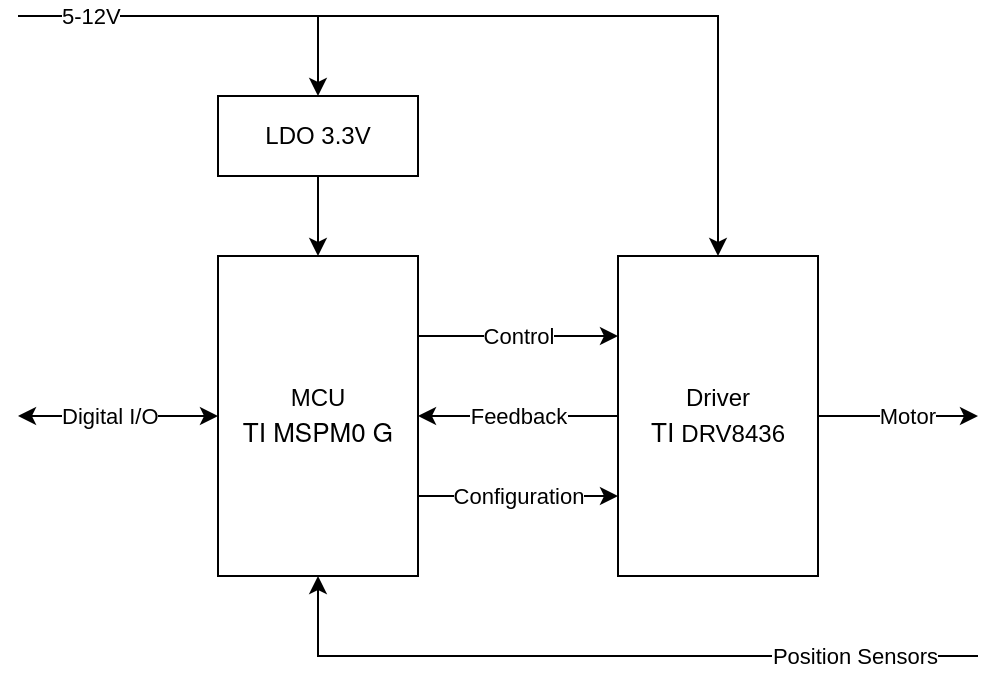
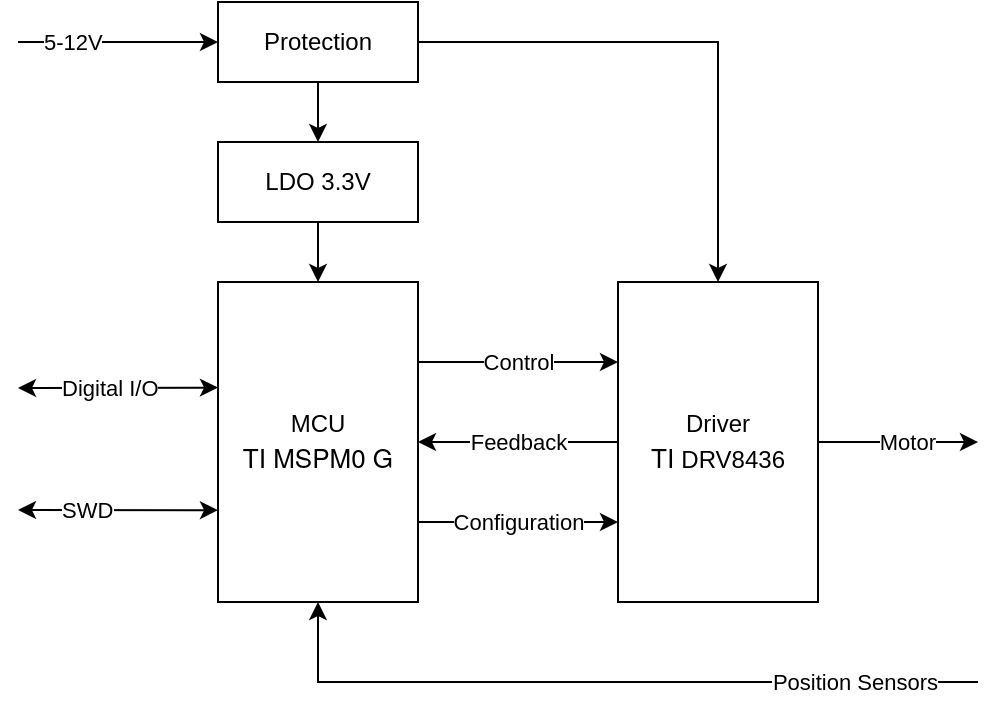
<mxfile host="app.diagrams.net">
  <diagram name="Idea" id="n1vsTGu7CvQHKFEDs-d6">
    <mxGraphModel dx="1006" dy="691" grid="1" gridSize="10" guides="1" tooltips="1" connect="1" arrows="1" fold="1" page="1" pageScale="1" pageWidth="850" pageHeight="1100" math="0" shadow="0">
      <root>
        <mxCell id="0" />
        <mxCell id="1" parent="0" />
-         <mxCell id="CTaRfyS9-dPQtJQNl0pi-1" parent="1" style="rounded=0;whiteSpace=wrap;html=1;" value="MCU&lt;div&gt;&lt;p style=&quot;margin: 0px; font-style: normal; font-variant-caps: normal; font-width: normal; font-size: 13px; line-height: normal; font-family: &amp;quot;Helvetica Neue&amp;quot;; font-size-adjust: none; font-kerning: auto; font-variant-alternates: normal; font-variant-ligatures: normal; font-variant-numeric: normal; font-variant-east-asian: normal; font-variant-position: normal; font-variant-emoji: normal; font-feature-settings: normal; font-optical-sizing: auto; font-variation-settings: normal;&quot;&gt;TI MSPM0 G&lt;/p&gt;&lt;/div&gt;" vertex="1">
-           <mxGeometry height="160" width="100" x="140" y="160" as="geometry" />
+         <mxCell id="CTaRfyS9-dPQtJQNl0pi-1" parent="1" style="rounded=0;whiteSpace=wrap;html=1;points=[[0,0,0,0,0],[0,0.33,0,0,0],[0,0.67,0,0,0],[0,1,0,0,0],[0.25,0,0,0,0],[0.25,1,0,0,0],[0.5,0,0,0,0],[0.5,1,0,0,0],[0.75,0,0,0,0],[0.75,1,0,0,0],[1,0,0,0,0],[1,0.25,0,0,0],[1,0.5,0,0,0],[1,0.75,0,0,0],[1,1,0,0,0]];" value="MCU&lt;div&gt;&lt;p style=&quot;margin: 0px; font-style: normal; font-variant-caps: normal; font-width: normal; font-size: 13px; line-height: normal; font-family: &amp;quot;Helvetica Neue&amp;quot;; font-size-adjust: none; font-kerning: auto; font-variant-alternates: normal; font-variant-ligatures: normal; font-variant-numeric: normal; font-variant-east-asian: normal; font-variant-position: normal; font-variant-emoji: normal; font-feature-settings: normal; font-optical-sizing: auto; font-variation-settings: normal;&quot;&gt;TI MSPM0 G&lt;/p&gt;&lt;/div&gt;" vertex="1">
+           <mxGeometry height="160" width="100" x="140" y="180" as="geometry" />
        </mxCell>
        <mxCell id="CTaRfyS9-dPQtJQNl0pi-2" parent="1" style="rounded=0;whiteSpace=wrap;html=1;" value="&lt;div&gt;&lt;p style=&quot;margin: 0px; font-style: normal; font-variant-caps: normal; font-width: normal; line-height: normal; font-size-adjust: none; font-kerning: auto; font-variant-alternates: normal; font-variant-ligatures: normal; font-variant-numeric: normal; font-variant-east-asian: normal; font-variant-position: normal; font-feature-settings: normal; font-optical-sizing: auto; font-variation-settings: normal;&quot;&gt;Driver&lt;/p&gt;&lt;p style=&quot;margin: 0px; font-style: normal; font-variant-caps: normal; font-width: normal; line-height: normal; font-size-adjust: none; font-kerning: auto; font-variant-alternates: normal; font-variant-ligatures: normal; font-variant-numeric: normal; font-variant-east-asian: normal; font-variant-position: normal; font-feature-settings: normal; font-optical-sizing: auto; font-variation-settings: normal;&quot;&gt;&lt;span style=&quot;font-family: &amp;quot;Helvetica Neue&amp;quot;; font-size: 13px;&quot;&gt;TI&amp;nbsp;&lt;/span&gt;DRV8436&lt;/p&gt;&lt;/div&gt;" vertex="1">
-           <mxGeometry height="160" width="100" x="340" y="160" as="geometry" />
+           <mxGeometry height="160" width="100" x="340" y="180" as="geometry" />
        </mxCell>
        <mxCell id="CTaRfyS9-dPQtJQNl0pi-4" edge="1" parent="1" source="CTaRfyS9-dPQtJQNl0pi-2" style="endArrow=classic;html=1;rounded=0;exitX=1;exitY=0.5;exitDx=0;exitDy=0;align=right;" value="Motor">
          <mxGeometry height="50" relative="1" width="50" x="0.5" as="geometry">
            <mxPoint as="offset" />
-             <mxPoint x="460" y="450" as="sourcePoint" />
-             <mxPoint x="520" y="240" as="targetPoint" />
+             <mxPoint x="460" y="470" as="sourcePoint" />
+             <mxPoint x="520" y="260" as="targetPoint" />
          </mxGeometry>
        </mxCell>
        <mxCell id="CTaRfyS9-dPQtJQNl0pi-7" edge="1" parent="1" source="CTaRfyS9-dPQtJQNl0pi-1" style="endArrow=classic;html=1;rounded=0;exitX=1;exitY=0.25;exitDx=0;exitDy=0;entryX=0;entryY=0.25;entryDx=0;entryDy=0;" target="CTaRfyS9-dPQtJQNl0pi-2" value="Control">
          <mxGeometry height="50" relative="1" width="50" as="geometry">
-             <mxPoint x="440" y="450" as="sourcePoint" />
-             <mxPoint x="490" y="400" as="targetPoint" />
+             <mxPoint x="440" y="470" as="sourcePoint" />
+             <mxPoint x="490" y="420" as="targetPoint" />
          </mxGeometry>
        </mxCell>
        <mxCell id="CTaRfyS9-dPQtJQNl0pi-8" edge="1" parent="1" source="CTaRfyS9-dPQtJQNl0pi-2" style="endArrow=classic;html=1;rounded=0;exitX=0;exitY=0.5;exitDx=0;exitDy=0;entryX=1;entryY=0.5;entryDx=0;entryDy=0;" target="CTaRfyS9-dPQtJQNl0pi-1" value="Feedback">
          <mxGeometry height="50" relative="1" width="50" as="geometry">
-             <mxPoint x="340" y="400" as="sourcePoint" />
-             <mxPoint x="500" y="400" as="targetPoint" />
+             <mxPoint x="340" y="420" as="sourcePoint" />
+             <mxPoint x="500" y="420" as="targetPoint" />
          </mxGeometry>
        </mxCell>
        <mxCell id="CTaRfyS9-dPQtJQNl0pi-9" edge="1" parent="1" source="CTaRfyS9-dPQtJQNl0pi-1" style="endArrow=classic;html=1;rounded=0;exitX=1;exitY=0.75;exitDx=0;exitDy=0;entryX=0;entryY=0.75;entryDx=0;entryDy=0;" target="CTaRfyS9-dPQtJQNl0pi-2" value="Configuration">
          <mxGeometry height="50" relative="1" width="50" as="geometry">
-             <mxPoint x="440" y="450" as="sourcePoint" />
-             <mxPoint x="490" y="400" as="targetPoint" />
+             <mxPoint x="440" y="470" as="sourcePoint" />
+             <mxPoint x="490" y="420" as="targetPoint" />
          </mxGeometry>
        </mxCell>
        <mxCell id="CTaRfyS9-dPQtJQNl0pi-10" edge="1" parent="1" style="endArrow=classic;html=1;rounded=0;entryX=0.5;entryY=1;entryDx=0;entryDy=0;align=right;" target="CTaRfyS9-dPQtJQNl0pi-1" value="Position Sensors">
          <mxGeometry height="50" relative="1" width="50" x="-0.8974" as="geometry">
            <mxPoint as="offset" />
            <Array as="points">
-               <mxPoint x="190" y="360" />
+               <mxPoint x="190" y="380" />
            </Array>
-             <mxPoint x="520" y="360" as="sourcePoint" />
-             <mxPoint x="490" y="390" as="targetPoint" />
+             <mxPoint x="520" y="380" as="sourcePoint" />
+             <mxPoint x="490" y="410" as="targetPoint" />
          </mxGeometry>
        </mxCell>
-         <mxCell id="CTaRfyS9-dPQtJQNl0pi-11" edge="1" parent="1" source="CTaRfyS9-dPQtJQNl0pi-1" style="endArrow=classic;startArrow=classic;html=1;rounded=0;exitX=0;exitY=0.5;exitDx=0;exitDy=0;align=left;" value="Digital I/O">
+         <mxCell id="CTaRfyS9-dPQtJQNl0pi-11" edge="1" parent="1" source="CTaRfyS9-dPQtJQNl0pi-1" style="endArrow=classic;startArrow=classic;html=1;rounded=0;exitX=0;exitY=0.33;exitDx=0;exitDy=0;align=left;exitPerimeter=0;" value="Digital I/O">
          <mxGeometry height="50" relative="1" width="50" x="0.6" as="geometry">
            <mxPoint as="offset" />
-             <mxPoint x="310" y="320" as="sourcePoint" />
-             <mxPoint x="40" y="240" as="targetPoint" />
+             <mxPoint x="110" y="259.5" as="sourcePoint" />
+             <mxPoint x="40" y="233" as="targetPoint" />
          </mxGeometry>
        </mxCell>
        <mxCell id="CTaRfyS9-dPQtJQNl0pi-12" parent="1" style="rounded=0;whiteSpace=wrap;html=1;" value="LDO 3.3V" vertex="1">
-           <mxGeometry height="40" width="100" x="140" y="80" as="geometry" />
+           <mxGeometry height="40" width="100" x="140" y="110" as="geometry" />
        </mxCell>
-         <mxCell id="CTaRfyS9-dPQtJQNl0pi-13" edge="1" parent="1" style="endArrow=classic;html=1;rounded=0;entryX=0.5;entryY=0;entryDx=0;entryDy=0;align=left;" target="CTaRfyS9-dPQtJQNl0pi-12" value="5-12V">
+         <mxCell id="CTaRfyS9-dPQtJQNl0pi-13" edge="1" parent="1" style="endArrow=classic;html=1;rounded=0;entryX=0;entryY=0.5;entryDx=0;entryDy=0;align=left;" target="EemF0GobCxlsIE4NJMLH-3" value="5-12V">
          <mxGeometry height="50" relative="1" width="50" x="-0.7895" as="geometry">
            <mxPoint as="offset" />
-             <Array as="points">
-               <mxPoint x="190" y="40" />
-             </Array>
-             <mxPoint x="40" y="40" as="sourcePoint" />
-             <mxPoint x="340" y="160" as="targetPoint" />
+             <Array as="points" />
+             <mxPoint x="40" y="60" as="sourcePoint" />
+             <mxPoint x="140" y="60" as="targetPoint" />
          </mxGeometry>
        </mxCell>
-         <mxCell id="CTaRfyS9-dPQtJQNl0pi-14" edge="1" parent="1" style="endArrow=classic;html=1;rounded=0;entryX=0.5;entryY=0;entryDx=0;entryDy=0;" target="CTaRfyS9-dPQtJQNl0pi-2" value="">
+         <mxCell id="CTaRfyS9-dPQtJQNl0pi-14" edge="1" parent="1" source="EemF0GobCxlsIE4NJMLH-3" style="endArrow=classic;html=1;rounded=0;entryX=0.5;entryY=0;entryDx=0;entryDy=0;exitX=1;exitY=0.5;exitDx=0;exitDy=0;" target="CTaRfyS9-dPQtJQNl0pi-2" value="">
          <mxGeometry height="50" relative="1" width="50" as="geometry">
            <Array as="points">
-               <mxPoint x="390" y="40" />
+               <mxPoint x="390" y="60" />
            </Array>
-             <mxPoint x="190" y="40" as="sourcePoint" />
-             <mxPoint x="340" y="150" as="targetPoint" />
+             <mxPoint x="190" y="60" as="sourcePoint" />
+             <mxPoint x="340" y="170" as="targetPoint" />
          </mxGeometry>
        </mxCell>
        <mxCell id="CTaRfyS9-dPQtJQNl0pi-15" edge="1" parent="1" source="CTaRfyS9-dPQtJQNl0pi-12" style="endArrow=classic;html=1;rounded=0;exitX=0.5;exitY=1;exitDx=0;exitDy=0;entryX=0.5;entryY=0;entryDx=0;entryDy=0;" target="CTaRfyS9-dPQtJQNl0pi-1" value="">
          <mxGeometry height="50" relative="1" width="50" as="geometry">
-             <mxPoint x="290" y="200" as="sourcePoint" />
-             <mxPoint x="340" y="150" as="targetPoint" />
+             <mxPoint x="290" y="220" as="sourcePoint" />
+             <mxPoint x="340" y="170" as="targetPoint" />
+           </mxGeometry>
+         </mxCell>
+         <mxCell id="EemF0GobCxlsIE4NJMLH-1" edge="1" parent="1" source="CTaRfyS9-dPQtJQNl0pi-1" style="endArrow=classic;startArrow=classic;html=1;rounded=0;exitX=0;exitY=0.713;exitDx=0;exitDy=0;align=left;exitPerimeter=0;" value="SWD">
+           <mxGeometry height="50" relative="1" width="50" x="0.6" as="geometry">
+             <mxPoint as="offset" />
+             <mxPoint x="180" y="230" as="sourcePoint" />
+             <mxPoint x="40" y="294" as="targetPoint" />
+           </mxGeometry>
+         </mxCell>
+         <mxCell id="EemF0GobCxlsIE4NJMLH-3" parent="1" style="rounded=0;whiteSpace=wrap;html=1;" value="Protection" vertex="1">
+           <mxGeometry height="40" width="100" x="140" y="40" as="geometry" />
+         </mxCell>
+         <mxCell id="EemF0GobCxlsIE4NJMLH-4" edge="1" parent="1" source="EemF0GobCxlsIE4NJMLH-3" style="endArrow=classic;html=1;rounded=0;exitX=0.5;exitY=1;exitDx=0;exitDy=0;entryX=0.5;entryY=0;entryDx=0;entryDy=0;" target="CTaRfyS9-dPQtJQNl0pi-12" value="">
+           <mxGeometry height="50" relative="1" width="50" as="geometry">
+             <mxPoint x="400" y="220" as="sourcePoint" />
+             <mxPoint x="450" y="170" as="targetPoint" />
          </mxGeometry>
        </mxCell>
      </root>
    </mxGraphModel>
  </diagram>
</mxfile>
